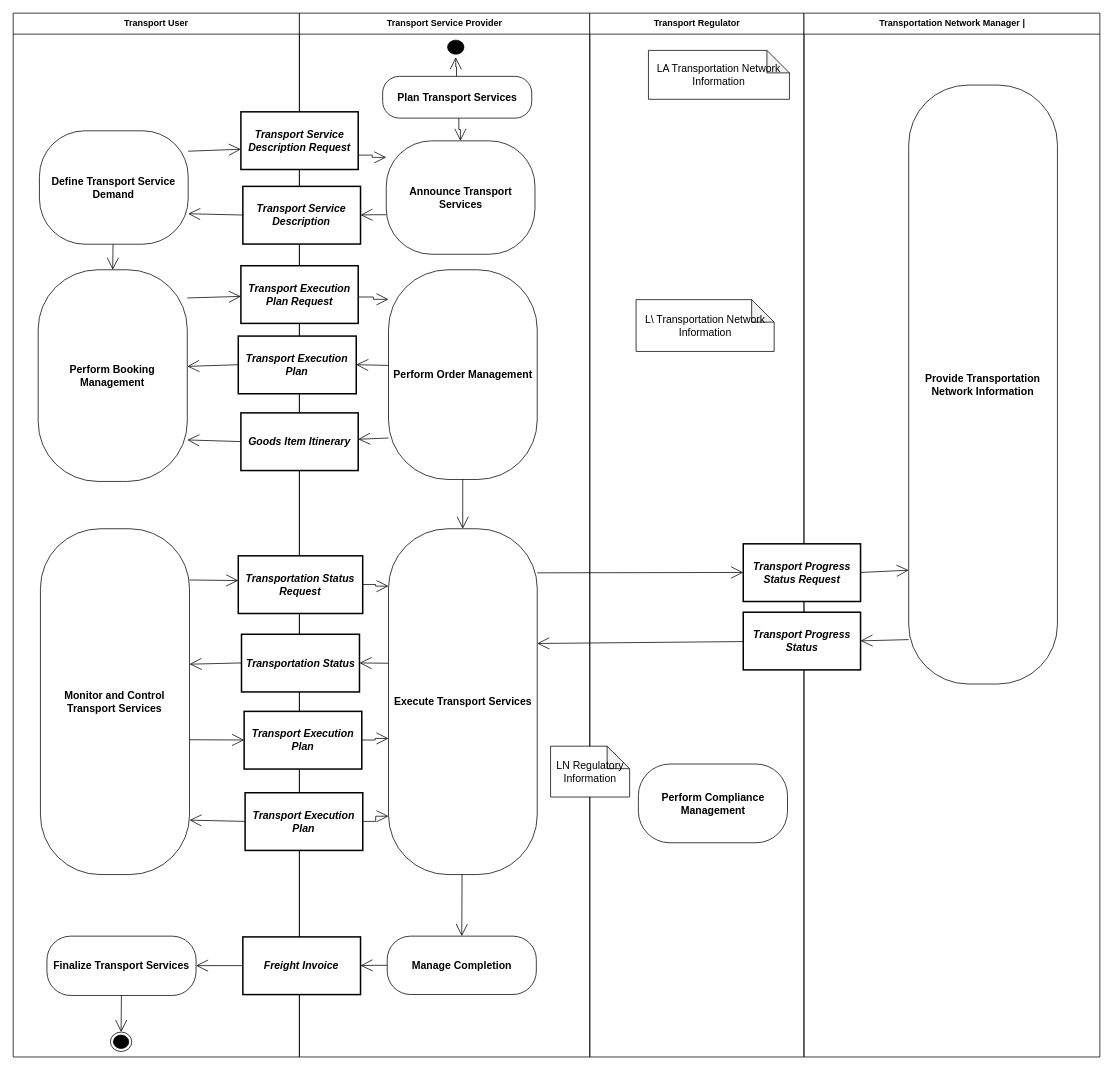
Earlier version of the draw.io diagram examples/UBL-2.2-IMFM-IntermodalFreightManagementProcess/UBL-2.2-IMFM-IntermodalFreightManagementProcess.drawio (kduvekot/ubl-work-on-svg-images). Source tidied: cells renumbered, new cells numbered last; positions are measured from the earlier drawing's top-left corner, leaving out a move shared by most shapes. Both pictures are drawn from the tidied source at 75%, with x=0, y=0 at pixel (13, 13).
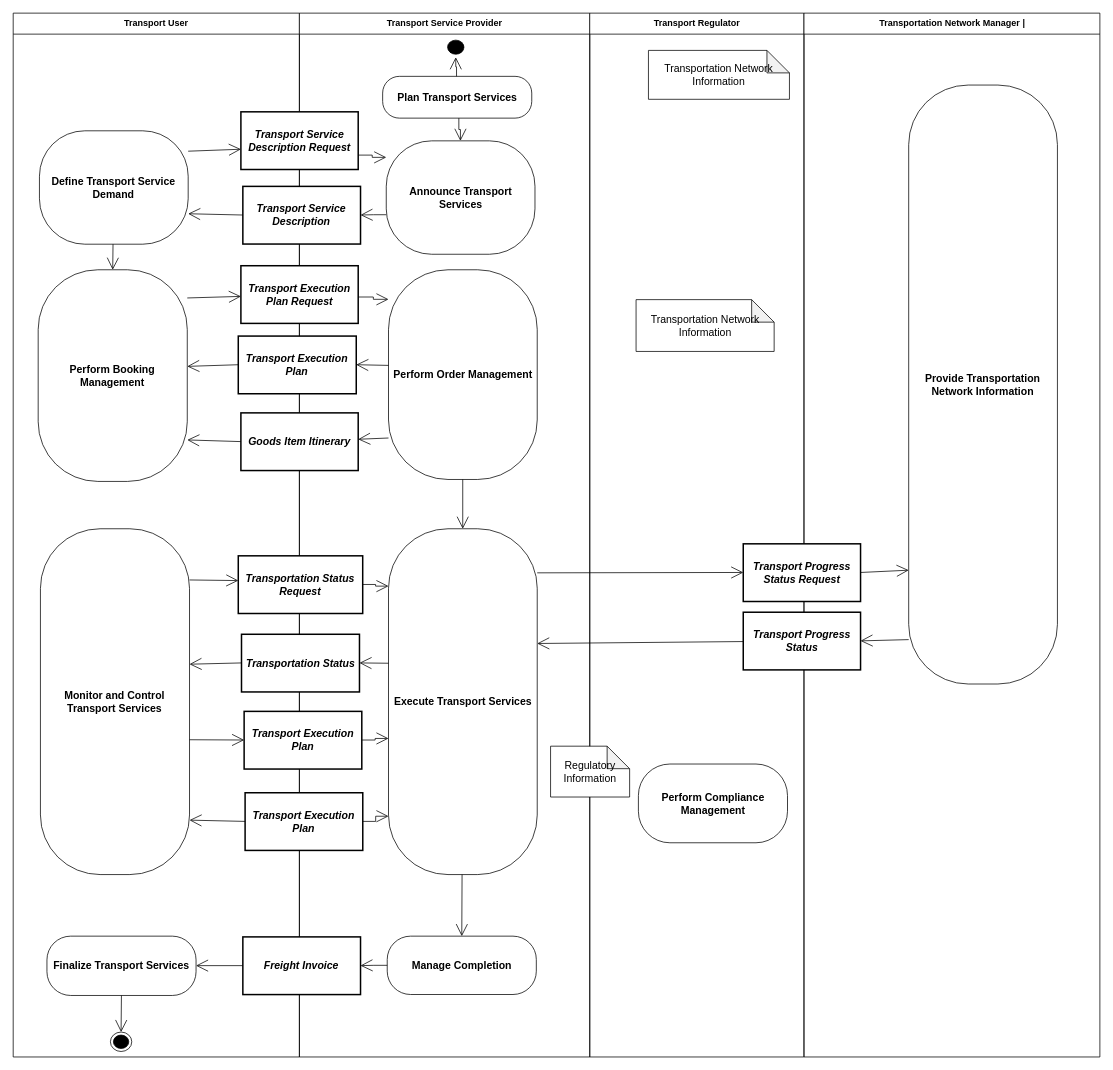
The same diagram, later.

The edit, as a diff of the source:
```diff
@@
-    <mxCell id="7" value="LA Transportation Network Information" style="shape=note;whiteSpace=wrap;html=1;backgroundOutline=1;darkOpacity=0.05;fontFamily=Helvetica;fontSize=14;" parent="1" vertex="1">
+    <mxCell id="7" value="Transportation Network Information" style="shape=note;whiteSpace=wrap;html=1;backgroundOutline=1;darkOpacity=0.05;fontFamily=Helvetica;fontSize=14;" parent="1" vertex="1">
       <mxGeometry x="847.1" y="49.7" width="188" height="65.2" as="geometry" />
     </mxCell>
@@
-    <mxCell id="17" value="L\ Transportation Network Information" style="shape=note;whiteSpace=wrap;html=1;backgroundOutline=1;darkOpacity=0.05;fontFamily=Helvetica;fontSize=14;" parent="1" vertex="1">
+    <mxCell id="17" value="Transportation Network Information" style="shape=note;whiteSpace=wrap;html=1;backgroundOutline=1;darkOpacity=0.05;fontFamily=Helvetica;fontSize=14;" parent="1" vertex="1">
       <mxGeometry x="830.6" y="382" width="184.1" height="69.1" as="geometry" />
     </mxCell>
@@
-    <mxCell id="27" value="LN Regulatory Information" style="shape=note;whiteSpace=wrap;html=1;backgroundOutline=1;darkOpacity=0.05;fontFamily=Helvetica;fontSize=14;" parent="1" vertex="1">
+    <mxCell id="27" value="Regulatory Information" style="shape=note;whiteSpace=wrap;html=1;backgroundOutline=1;darkOpacity=0.05;fontFamily=Helvetica;fontSize=14;" parent="1" vertex="1">
       <mxGeometry x="716.6" y="977.4" width="105.4" height="67.8" as="geometry" />
     </mxCell>
```
